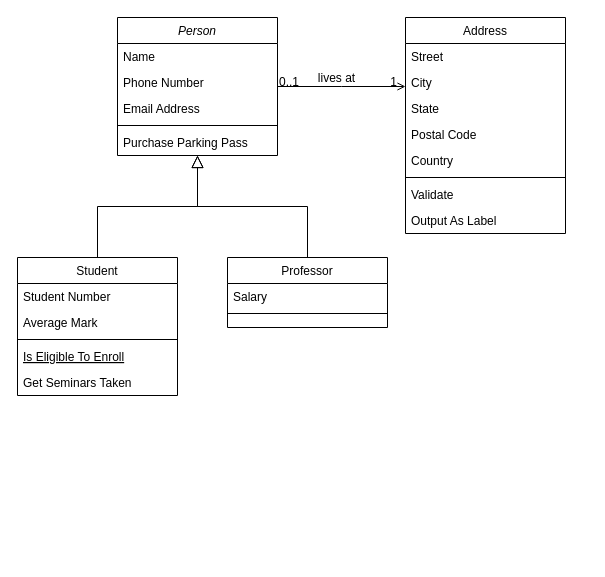
Anshul619/HLD-System-Designs keeps this draw.io diagram as src/DesignLLDProblems/ChessGame/assests/Untitled Diagram.drawio. Above is the earlier version. Source tidied: cells renumbered, new cells numbered last; positions are measured from the earlier drawing's top-left corner, leaving out a move shared by most shapes. Both pictures are drawn from the tidied source at 100%, with x=0, y=0 at pixel (17, 17).
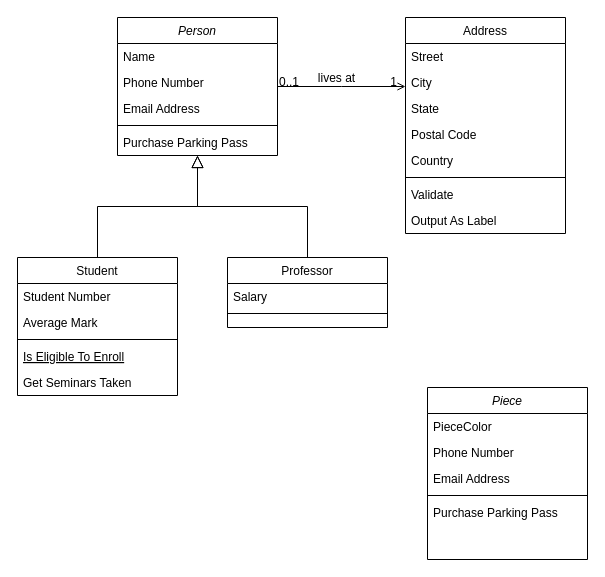
The same page after the edit.

The edit, as a diff of the source:
```diff
@@
+    <mxCell id="32" value="Piece" style="swimlane;fontStyle=2;align=center;verticalAlign=top;horizontal=1;startSize=26;rounded=0;shadow=0;strokeWidth=1;" parent="1" vertex="1">
+      <mxGeometry x="410" y="370" width="160" height="172" as="geometry" />
+    </mxCell>
+    <mxCell id="33" value="PieceColor" style="text;align=left;verticalAlign=top;spacingLeft=4;spacingRight=4;overflow=hidden;" parent="32" vertex="1">
+      <mxGeometry y="26" width="160" height="26" as="geometry" />
+    </mxCell>
+    <mxCell id="34" value="Phone Number" style="text;align=left;verticalAlign=top;spacingLeft=4;spacingRight=4;overflow=hidden;rounded=0;shadow=0;html=0;" parent="32" vertex="1">
+      <mxGeometry y="52" width="160" height="26" as="geometry" />
+    </mxCell>
+    <mxCell id="35" value="Email Address" style="text;align=left;verticalAlign=top;spacingLeft=4;spacingRight=4;overflow=hidden;rounded=0;shadow=0;html=0;" parent="32" vertex="1">
+      <mxGeometry y="78" width="160" height="26" as="geometry" />
+    </mxCell>
+    <mxCell id="36" style="line;html=1;strokeWidth=1;align=left;verticalAlign=middle;spacingTop=-1;spacingLeft=3;spacingRight=3;labelPosition=right;" parent="32" vertex="1">
+      <mxGeometry y="104" width="160" height="8" as="geometry" />
+    </mxCell>
+    <mxCell id="37" value="Purchase Parking Pass" style="text;align=left;verticalAlign=top;spacingLeft=4;spacingRight=4;overflow=hidden;" parent="32" vertex="1">
+      <mxGeometry y="112" width="160" height="26" as="geometry" />
+    </mxCell>
```
